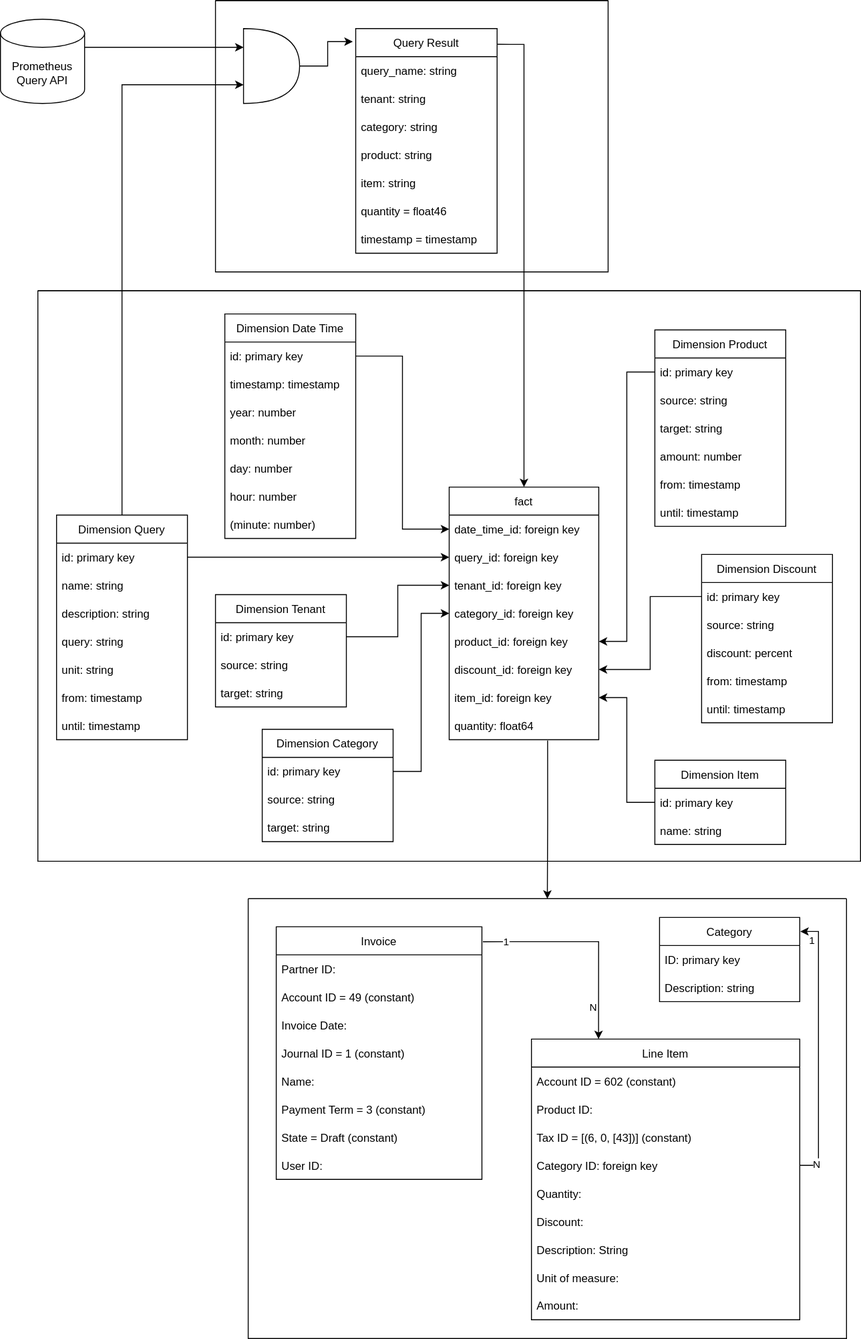
Earlier version of the draw.io export docs/modules/ROOT/assets/images/system/data-model-billing.drawio.svg (appuio/appuio-io-docs). Source tidied: cells renumbered, new cells last; positions are measured from the earlier drawing's top-left corner, leaving out a move shared by most shapes.
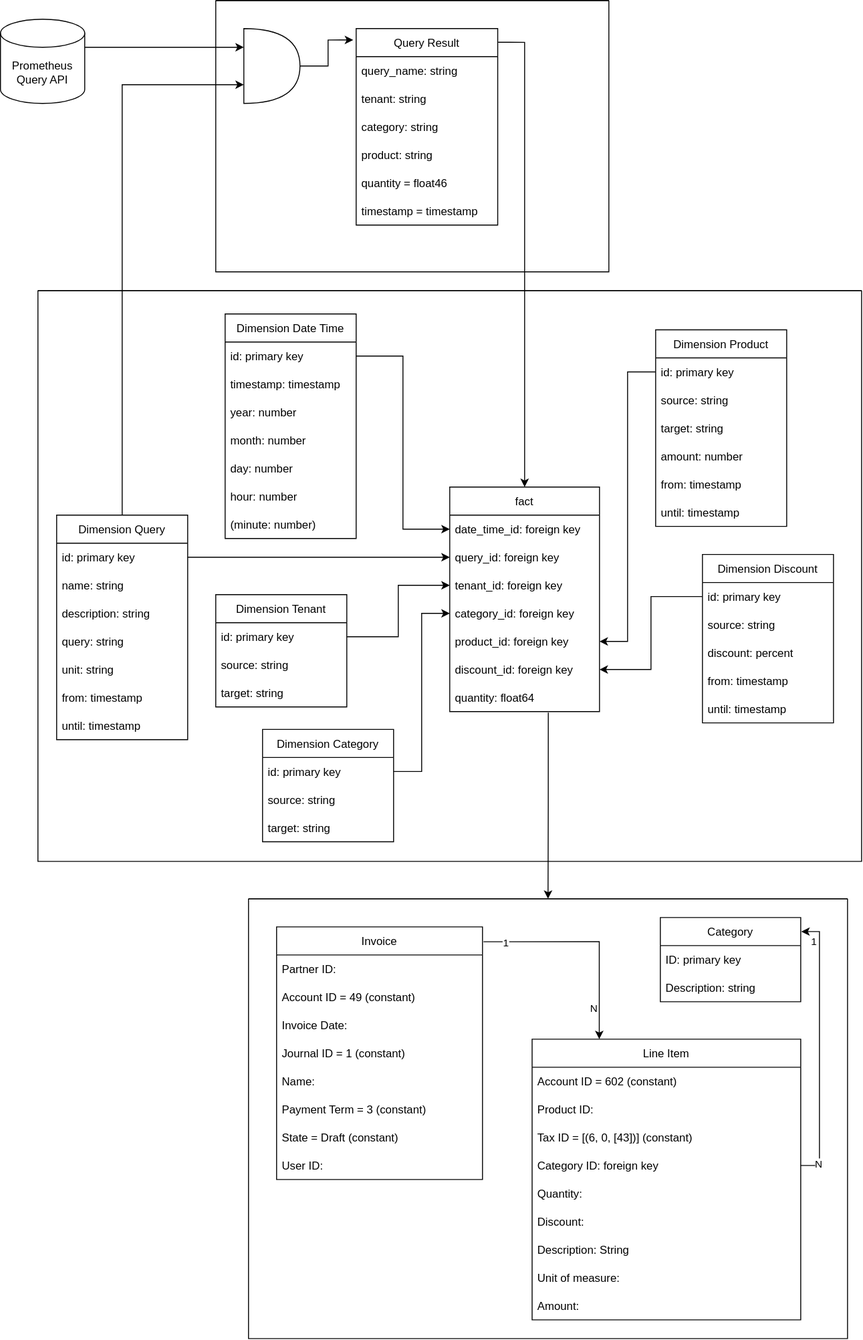
Later version of the same file.

Commit message:
Remove item Dimension

Neighter invoicing nor direct reporting to the user needs this.
If a user is interested about data of a single pod, volume, service
etc., monitoring should be used directly.

Diff of the diagram source:
```diff
@@ -112,7 +112,7 @@
       <mxGeometry x="30" y="30" width="60" height="80" as="geometry" />
     </mxCell>
     <mxCell id="37" value="Query Result" style="swimlane;fontStyle=0;horizontal=1;startSize=30;" parent="35" vertex="1">
-      <mxGeometry x="150" y="30" width="151.2" height="240" as="geometry" />
+      <mxGeometry x="150" y="30" width="151.2" height="210" as="geometry" />
     </mxCell>
     <mxCell id="38" value="query_name: string" style="text;strokeColor=none;fillColor=none;align=left;verticalAlign=middle;spacingLeft=4;spacingRight=4;overflow=hidden;" parent="37" vertex="1">
       <mxGeometry y="30" width="151.2" height="30" as="geometry" />
@@ -126,14 +126,11 @@
     <mxCell id="41" value="product: string" style="text;strokeColor=none;fillColor=none;align=left;verticalAlign=middle;spacingLeft=4;spacingRight=4;overflow=hidden;" parent="37" vertex="1">
       <mxGeometry y="120" width="151.2" height="30" as="geometry" />
     </mxCell>
-    <mxCell id="42" value="item: string" style="text;strokeColor=none;fillColor=none;align=left;verticalAlign=middle;spacingLeft=4;spacingRight=4;overflow=hidden;" parent="37" vertex="1">
-      <mxGeometry y="150" width="151.2" height="30" as="geometry" />
-    </mxCell>
     <mxCell id="43" value="quantity = float46" style="text;strokeColor=none;fillColor=none;align=left;verticalAlign=middle;spacingLeft=4;spacingRight=4;overflow=hidden;" parent="37" vertex="1">
-      <mxGeometry y="180" width="151.2" height="30" as="geometry" />
+      <mxGeometry y="150" width="151.2" height="30" as="geometry" />
     </mxCell>
     <mxCell id="44" value="timestamp = timestamp" style="text;strokeColor=none;fillColor=none;align=left;verticalAlign=middle;spacingLeft=4;spacingRight=4;overflow=hidden;" parent="37" vertex="1">
-      <mxGeometry y="210" width="151.2" height="30" as="geometry" />
+      <mxGeometry y="180" width="151.2" height="30" as="geometry" />
     </mxCell>
     <mxCell id="45" style="edgeStyle=orthogonalEdgeStyle;rounded=0;jettySize=auto;html=1;entryX=-0.021;entryY=0.058;entryDx=0;entryDy=0;exitX=1;exitY=0.5;exitDx=0;exitDy=0;exitPerimeter=0;entryPerimeter=0;" parent="35" edge="1" source="36" target="37">
       <mxGeometry relative="1" as="geometry" />
@@ -142,7 +139,7 @@
       <mxGeometry x="40" y="310" width="880" height="610" as="geometry" />
     </mxCell>
     <mxCell id="47" value="fact" style="swimlane;fontStyle=0;horizontal=1;startSize=30;" parent="46" vertex="1">
-      <mxGeometry x="440" y="210" width="160" height="270" as="geometry" />
+      <mxGeometry x="440" y="210" width="160" height="240" as="geometry" />
     </mxCell>
     <mxCell id="48" value="date_time_id: foreign key" style="text;strokeColor=none;fillColor=none;align=left;verticalAlign=middle;spacingLeft=4;spacingRight=4;overflow=hidden;points=[[0,0.5],[1,0.5]];portConstraint=eastwest;" parent="47" vertex="1">
       <mxGeometry y="30" width="160" height="30" as="geometry" />
@@ -162,11 +159,8 @@
     <mxCell id="53" value="discount_id: foreign key" style="text;strokeColor=none;fillColor=none;align=left;verticalAlign=middle;spacingLeft=4;spacingRight=4;overflow=hidden;points=[[0,0.5],[1,0.5]];portConstraint=eastwest;" parent="47" vertex="1">
       <mxGeometry y="180" width="160" height="30" as="geometry" />
     </mxCell>
-    <mxCell id="54" value="item_id: foreign key" style="text;strokeColor=none;fillColor=none;align=left;verticalAlign=middle;spacingLeft=4;spacingRight=4;overflow=hidden;points=[[0,0.5],[1,0.5]];portConstraint=eastwest;" parent="47" vertex="1">
-      <mxGeometry y="210" width="160" height="30" as="geometry" />
-    </mxCell>
     <mxCell id="55" value="quantity: float64" style="text;strokeColor=none;fillColor=none;align=left;verticalAlign=middle;spacingLeft=4;spacingRight=4;overflow=hidden;points=[[0,0.5],[1,0.5]];portConstraint=eastwest;" parent="47" vertex="1">
-      <mxGeometry y="240" width="160" height="30" as="geometry" />
+      <mxGeometry y="210" width="160" height="30" as="geometry" />
     </mxCell>
     <mxCell id="56" value="Dimension Tenant" style="swimlane;fontStyle=0;horizontal=1;startSize=30;" parent="46" vertex="1">
       <mxGeometry x="190" y="325" width="140" height="120" as="geometry" />
@@ -180,15 +174,6 @@
     <mxCell id="59" value="target: string" style="text;strokeColor=none;fillColor=none;align=left;verticalAlign=middle;spacingLeft=4;spacingRight=4;overflow=hidden;" parent="56" vertex="1">
       <mxGeometry y="90" width="140" height="30" as="geometry" />
     </mxCell>
-    <mxCell id="60" value="Dimension Item" style="swimlane;fontStyle=0;horizontal=1;startSize=30;" parent="46" vertex="1">
-      <mxGeometry x="660" y="502" width="140" height="90" as="geometry" />
-    </mxCell>
-    <mxCell id="61" value="id: primary key" style="text;strokeColor=none;fillColor=none;align=left;verticalAlign=middle;spacingLeft=4;spacingRight=4;overflow=hidden;points=[[0,0.5],[1,0.5]];portConstraint=eastwest;" parent="60" vertex="1">
-      <mxGeometry y="30" width="140" height="30" as="geometry" />
-    </mxCell>
-    <mxCell id="62" value="name: string" style="text;strokeColor=none;fillColor=none;align=left;verticalAlign=middle;spacingLeft=4;spacingRight=4;overflow=hidden;" parent="60" vertex="1">
-      <mxGeometry y="60" width="140" height="30" as="geometry" />
-    </mxCell>
     <mxCell id="63" style="edgeStyle=orthogonalEdgeStyle;rounded=0;jettySize=auto;html=1;exitX=1;exitY=0.5;exitDx=0;exitDy=0;entryX=0;entryY=0.5;entryDx=0;entryDy=0;" parent="46" edge="1" source="57" target="50">
       <mxGeometry relative="1" as="geometry" />
     </mxCell>
@@ -279,9 +264,6 @@
     <mxCell id="92" style="edgeStyle=orthogonalEdgeStyle;rounded=0;jettySize=auto;html=1;exitX=1;exitY=0.5;exitDx=0;exitDy=0;entryX=0;entryY=0.5;entryDx=0;entryDy=0;" parent="46" edge="1" source="65" target="51">
       <mxGeometry relative="1" as="geometry" />
     </mxCell>
-    <mxCell id="93" style="edgeStyle=orthogonalEdgeStyle;rounded=0;jettySize=auto;html=1;exitX=0;exitY=0.5;exitDx=0;exitDy=0;entryX=1;entryY=0.5;entryDx=0;entryDy=0;" parent="46" edge="1" source="61" target="54">
-      <mxGeometry relative="1" as="geometry" />
-    </mxCell>
     <mxCell id="94" value="Dimension Query" style="swimlane;fontStyle=0;horizontal=1;startSize=30;" parent="46" vertex="1">
       <mxGeometry x="20" y="240" width="140" height="240" as="geometry" />
     </mxCell>
```
